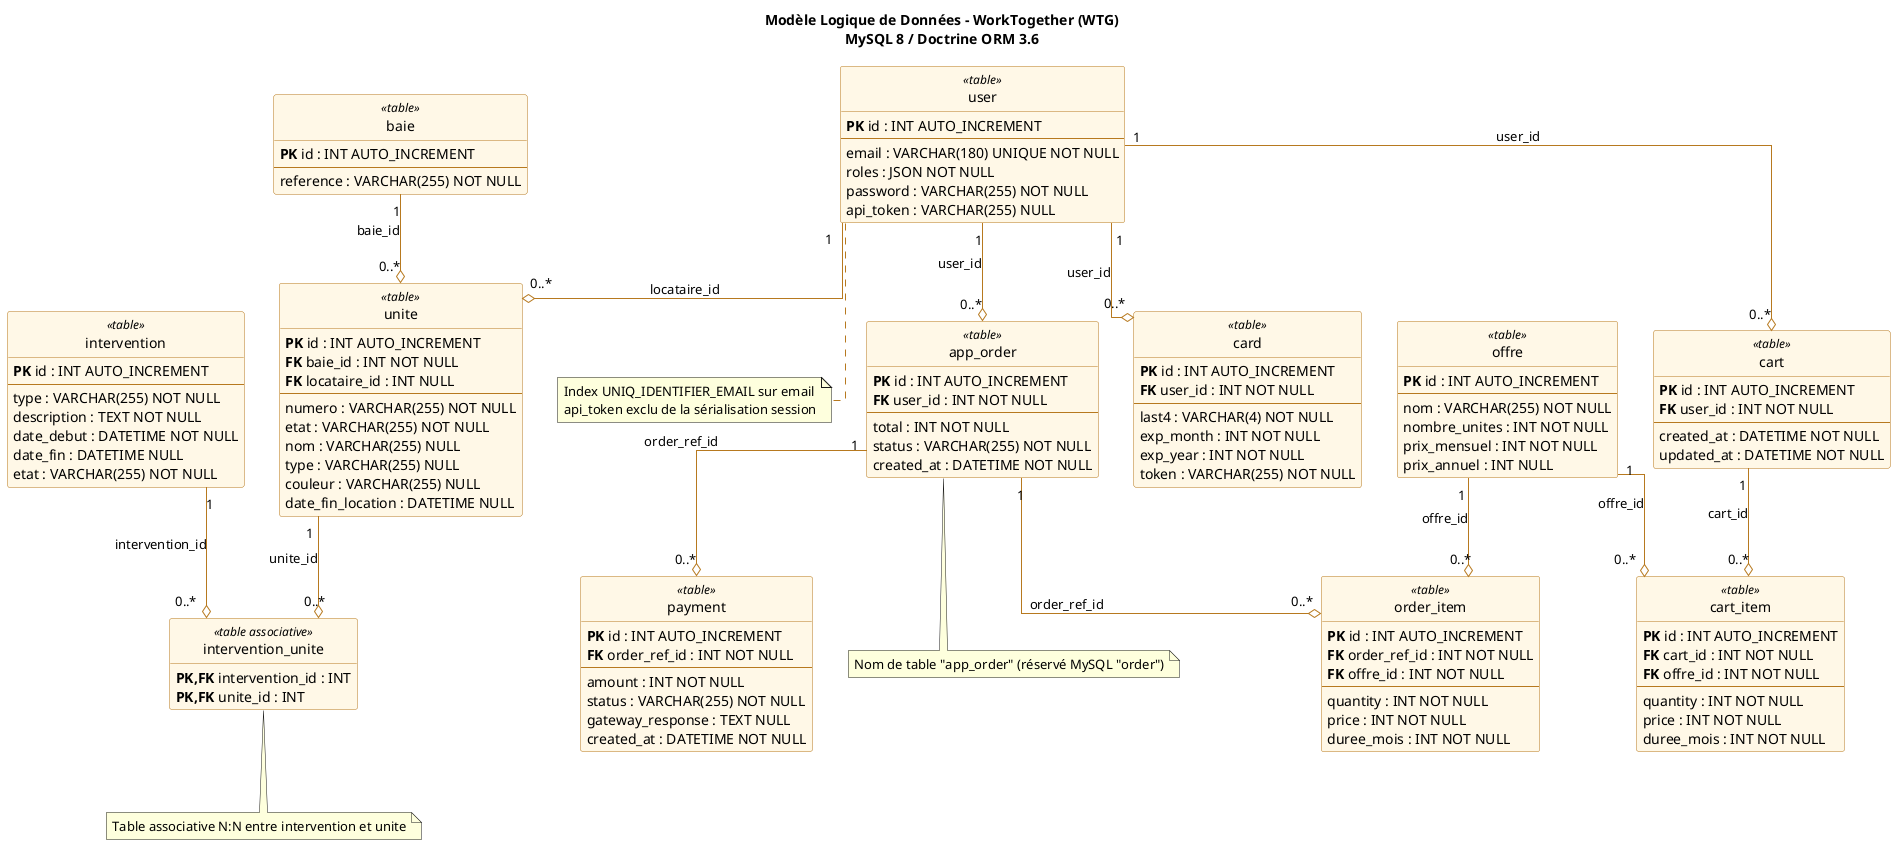
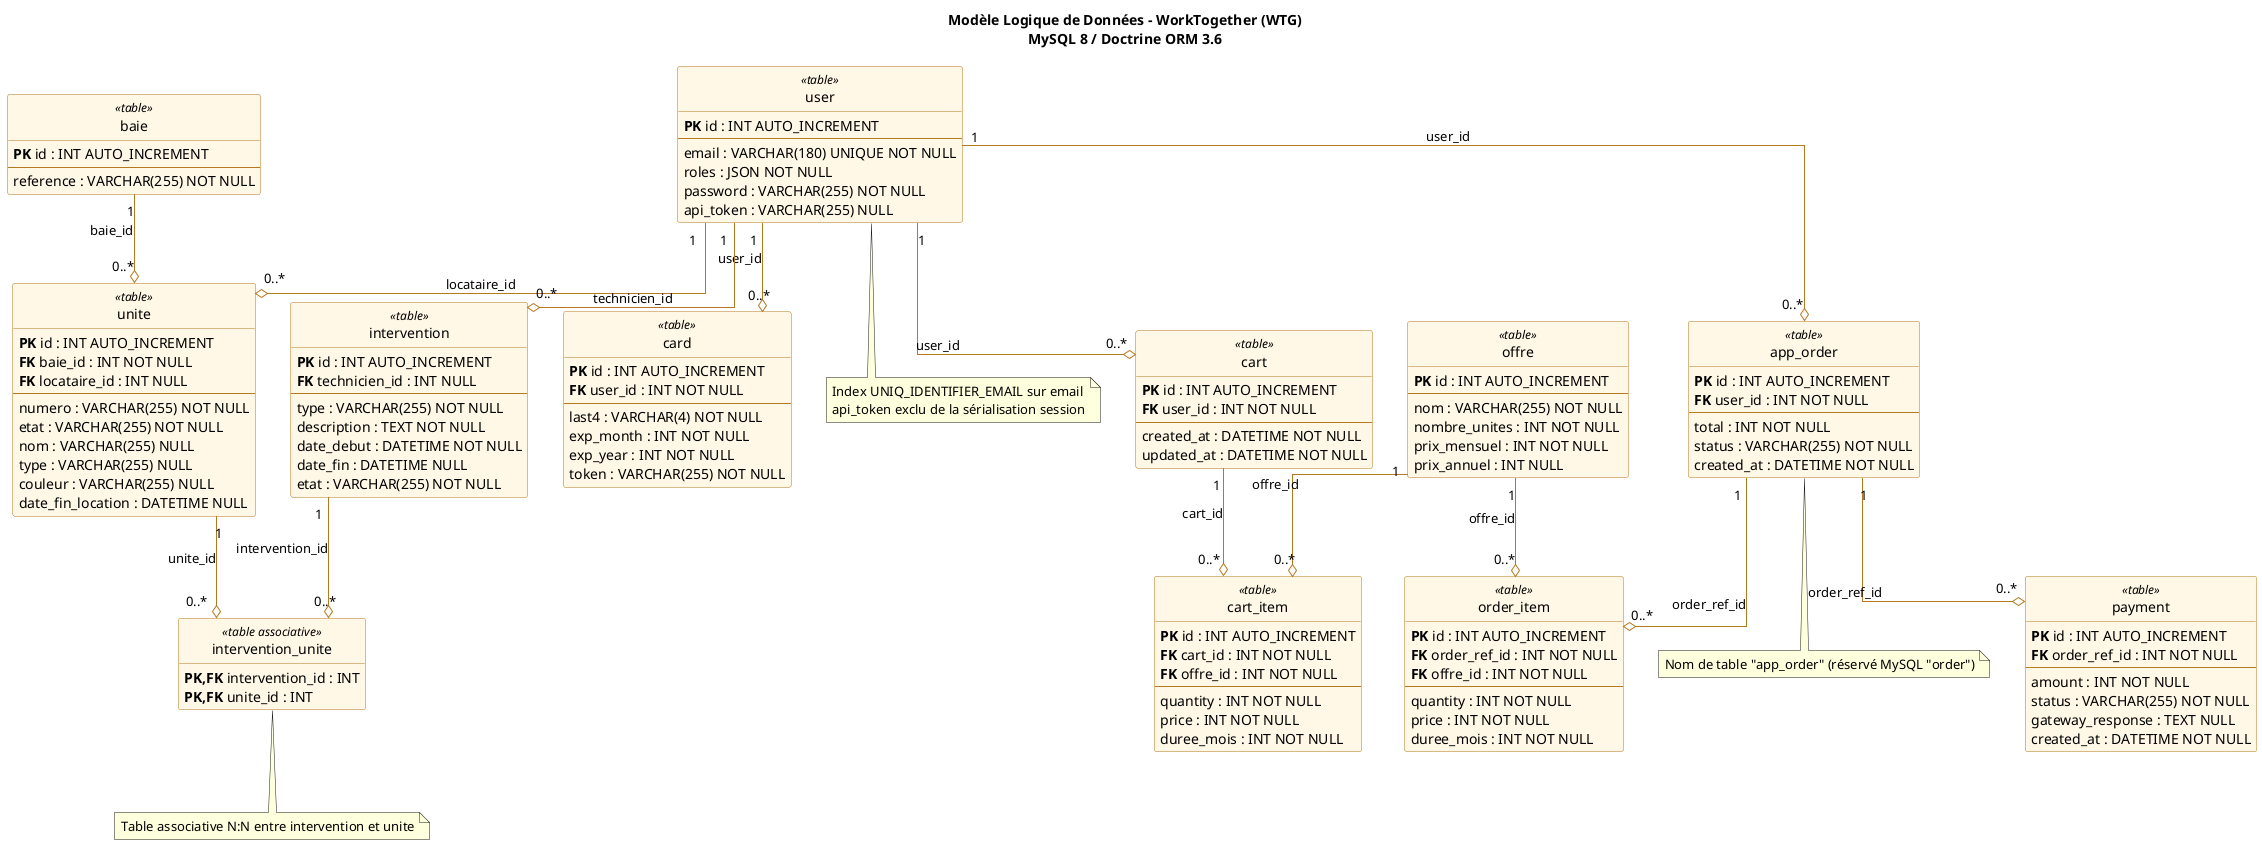
@startuml MLD - WorkTogether
title Modèle Logique de Données - WorkTogether (WTG)\nMySQL 8 / Doctrine ORM 3.6

skinparam class {
    BackgroundColor #FFF8E7
    BorderColor #B7791F
    ArrowColor #B7791F
    FontName Consolas
}
skinparam linetype ortho
hide circle
hide methods

' ============= TABLES =============

class user <<table>> {
    <b>PK</b> id : INT AUTO_INCREMENT
    --
    email : VARCHAR(180) UNIQUE NOT NULL
    roles : JSON NOT NULL
    password : VARCHAR(255) NOT NULL
    api_token : VARCHAR(255) NULL
}

class offre <<table>> {
    <b>PK</b> id : INT AUTO_INCREMENT
    --
    nom : VARCHAR(255) NOT NULL
    nombre_unites : INT NOT NULL
    prix_mensuel : INT NOT NULL
    prix_annuel : INT NULL
}

class baie <<table>> {
    <b>PK</b> id : INT AUTO_INCREMENT
    --
    reference : VARCHAR(255) NOT NULL
}

class unite <<table>> {
    <b>PK</b> id : INT AUTO_INCREMENT
    <b>FK</b> baie_id : INT NOT NULL
    <b>FK</b> locataire_id : INT NULL
    --
    numero : VARCHAR(255) NOT NULL
    etat : VARCHAR(255) NOT NULL
    nom : VARCHAR(255) NULL
    type : VARCHAR(255) NULL
    couleur : VARCHAR(255) NULL
    date_fin_location : DATETIME NULL
}

class cart <<table>> {
    <b>PK</b> id : INT AUTO_INCREMENT
    <b>FK</b> user_id : INT NOT NULL
    --
    created_at : DATETIME NOT NULL
    updated_at : DATETIME NOT NULL
}

class cart_item <<table>> {
    <b>PK</b> id : INT AUTO_INCREMENT
    <b>FK</b> cart_id : INT NOT NULL
    <b>FK</b> offre_id : INT NOT NULL
    --
    quantity : INT NOT NULL
    price : INT NOT NULL
    duree_mois : INT NOT NULL
}

class app_order <<table>> {
    <b>PK</b> id : INT AUTO_INCREMENT
    <b>FK</b> user_id : INT NOT NULL
    --
    total : INT NOT NULL
    status : VARCHAR(255) NOT NULL
    created_at : DATETIME NOT NULL
}

class order_item <<table>> {
    <b>PK</b> id : INT AUTO_INCREMENT
    <b>FK</b> order_ref_id : INT NOT NULL
    <b>FK</b> offre_id : INT NOT NULL
    --
    quantity : INT NOT NULL
    price : INT NOT NULL
    duree_mois : INT NOT NULL
}

class payment <<table>> {
    <b>PK</b> id : INT AUTO_INCREMENT
    <b>FK</b> order_ref_id : INT NOT NULL
    --
    amount : INT NOT NULL
    status : VARCHAR(255) NOT NULL
    gateway_response : TEXT NULL
    created_at : DATETIME NOT NULL
}

class card <<table>> {
    <b>PK</b> id : INT AUTO_INCREMENT
    <b>FK</b> user_id : INT NOT NULL
    --
    last4 : VARCHAR(4) NOT NULL
    exp_month : INT NOT NULL
    exp_year : INT NOT NULL
    token : VARCHAR(255) NOT NULL
}

class intervention <<table>> {
    <b>PK</b> id : INT AUTO_INCREMENT
+     <b>FK</b> technicien_id : INT NULL
    --
    type : VARCHAR(255) NOT NULL
    description : TEXT NOT NULL
    date_debut : DATETIME NOT NULL
    date_fin : DATETIME NULL
    etat : VARCHAR(255) NOT NULL
}

class intervention_unite <<table associative>> {
    <b>PK,FK</b> intervention_id : INT
    <b>PK,FK</b> unite_id : INT
}

' ============= RELATIONS =============

user "1" --o "0..*" cart : user_id
user "1" --o "0..*" app_order : user_id
user "1" --o "0..*" card : user_id
user "1" --o "0..*" unite : locataire_id
+ user "1" --o "0..*" intervention : technicien_id

cart "1" --o "0..*" cart_item : cart_id
offre "1" --o "0..*" cart_item : offre_id

app_order "1" --o "0..*" order_item : order_ref_id
offre "1" --o "0..*" order_item : offre_id
app_order "1" --o "0..*" payment : order_ref_id

baie "1" --o "0..*" unite : baie_id
unite "1" --o "0..*" intervention_unite : unite_id
intervention "1" --o "0..*" intervention_unite : intervention_id

note bottom of user
  Index UNIQ_IDENTIFIER_EMAIL sur email
  api_token exclu de la sérialisation session
end note

note bottom of app_order
  Nom de table "app_order" (réservé MySQL "order")
end note

note bottom of intervention_unite
  Table associative N:N entre intervention et unite
end note

@enduml
